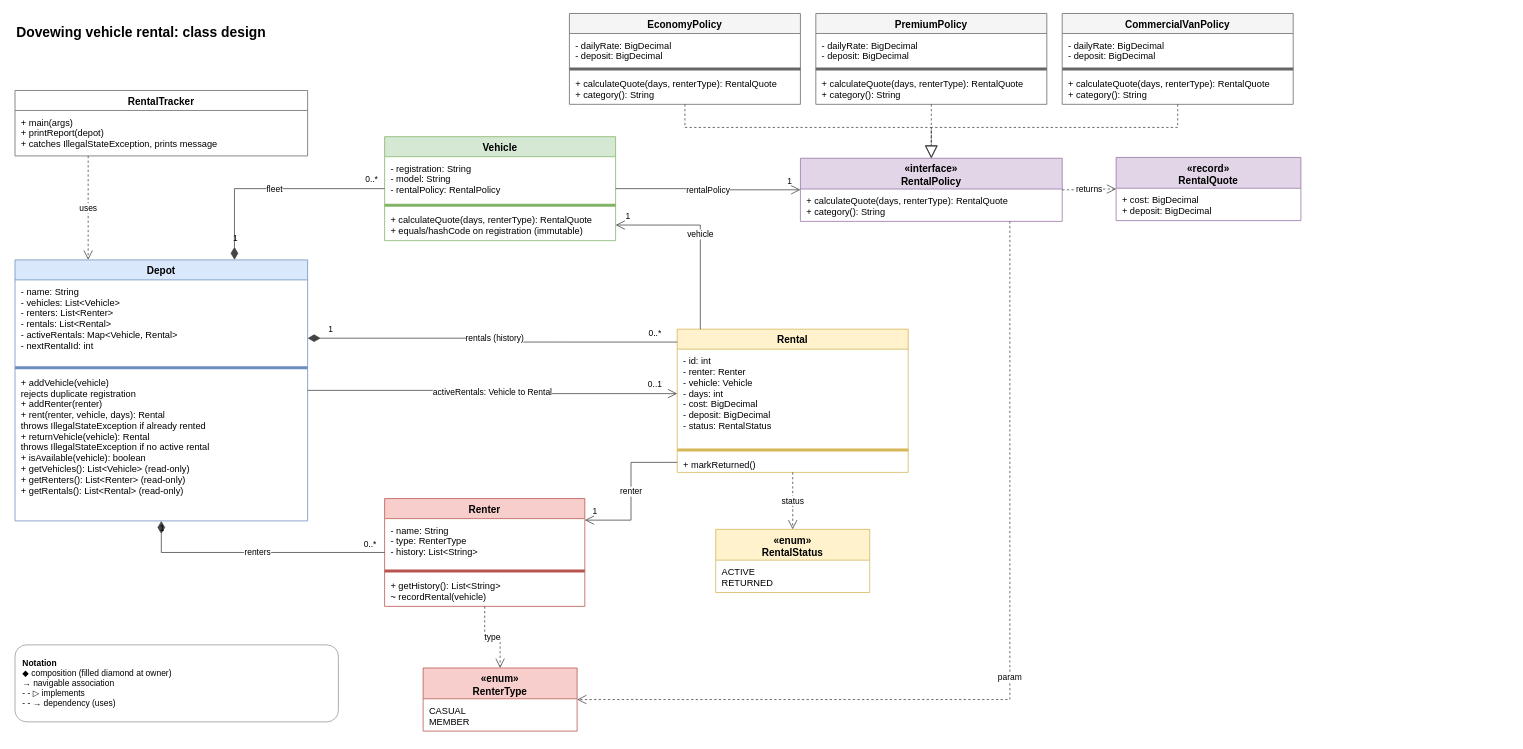
Above: dovewing-class-design.drawio in emmanuel-tormeti/java-basics-b-dovewing-car-rentals (draw.io), before the change. Source tidied: cells renumbered, new cells numbered last; positions are measured from the earlier drawing's top-left corner, leaving out a move shared by most shapes. Both pictures are drawn from the tidied source at 77%, with x=0, y=0 at pixel (15, 13).
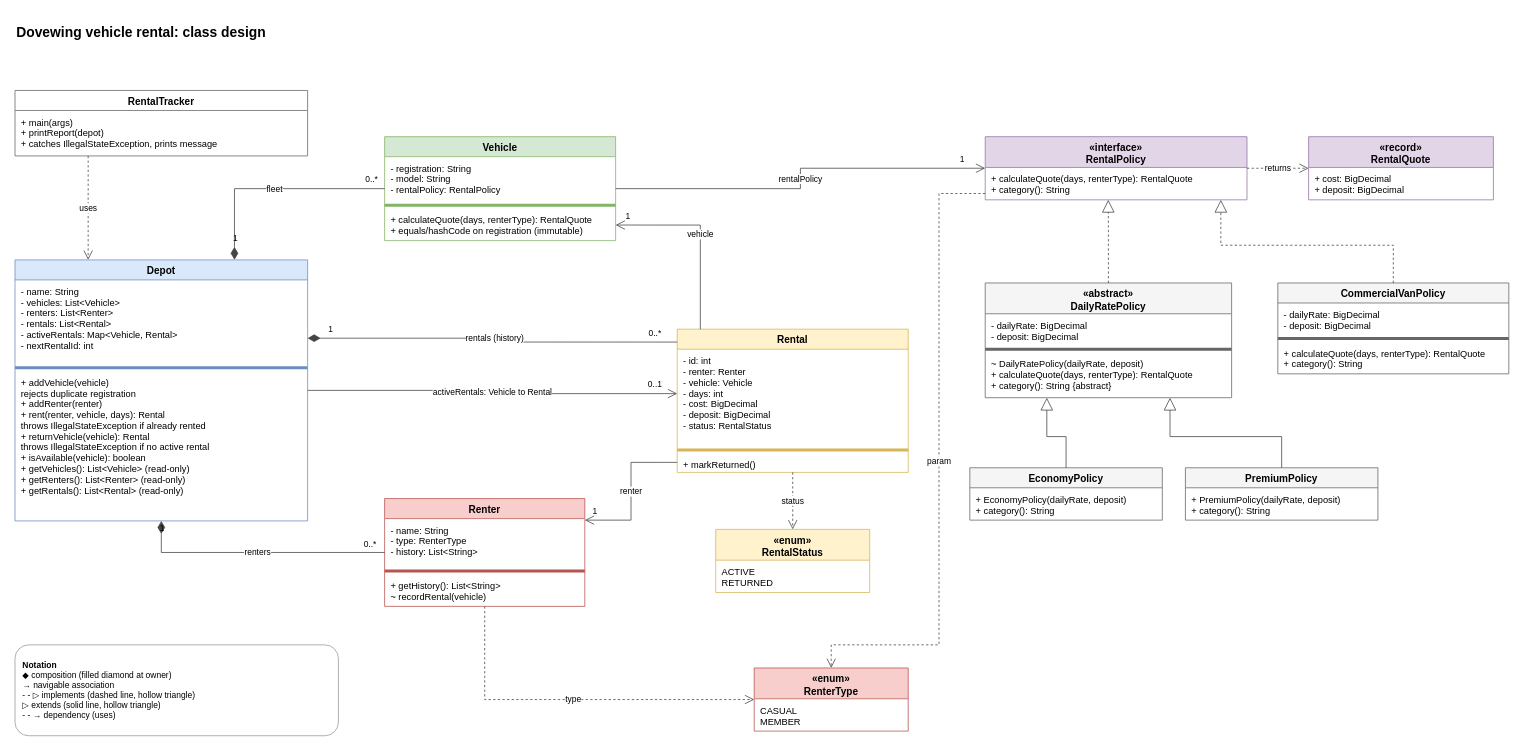
The same diagram, later.

Commit message (it also covers changes not shown here):
update diagram and diagnosis for shared DailyRatePolicy base

The change refers to these unchanged cells:
```xml
<mxCell id="14" value="Renter" style="swimlane;fontStyle=1;align=center;verticalAlign=top;horizontal=1;startSize=26;whiteSpace=wrap;html=1;fillColor=#f8cecc;strokeColor=#b85450;fontSize=13;swimlaneFillColor=#ffffff;" parent="1" vertex="1">
  <mxGeometry x="480" y="630" width="260" height="140" as="geometry" />
</mxCell>
```

Change to the diagram source:
```diff
@@
+    <mxCell id="40" value="Dovewing vehicle rental: class design" style="text;html=1;align=left;verticalAlign=middle;fontSize=18;fontStyle=1;" parent="1" vertex="1">
+      <mxGeometry y="10" width="480" height="30" as="geometry" />
+    </mxCell>
+    <mxCell id="38" value="RentalTracker" style="swimlane;fontStyle=1;align=center;verticalAlign=top;horizontal=1;startSize=26;whiteSpace=wrap;html=1;fillColor=#ffffff;strokeColor=#666666;fontSize=13;swimlaneFillColor=#ffffff;" parent="1" vertex="1">
+      <mxGeometry y="100" width="380" height="85" as="geometry" />
+    </mxCell>
+    <mxCell id="39" value="+ main(args)&#10;+ printReport(depot)&#10;+ catches IllegalStateException, prints message" style="text;strokeColor=none;fillColor=none;align=left;verticalAlign=top;spacingLeft=6;spacingRight=4;spacingTop=2;overflow=hidden;fontSize=12;" parent="38" vertex="1">
+      <mxGeometry y="26" width="380" height="59" as="geometry" />
+    </mxCell>
@@
+    <mxCell id="34" value="«enum»&lt;br&gt;RentalStatus" style="swimlane;fontStyle=1;align=center;verticalAlign=top;horizontal=1;startSize=40;whiteSpace=wrap;html=1;fillColor=#fff2cc;strokeColor=#d6b656;fontSize=13;swimlaneFillColor=#ffffff;" parent="1" vertex="1">
+      <mxGeometry x="910" y="670" width="200" height="82" as="geometry" />
+    </mxCell>
+    <mxCell id="35" value="ACTIVE&#10;RETURNED" style="text;strokeColor=none;fillColor=none;align=left;verticalAlign=top;spacingLeft=6;spacingRight=4;spacingTop=2;overflow=hidden;fontSize=12;" parent="34" vertex="1">
+      <mxGeometry y="40" width="200" height="42" as="geometry" />
+    </mxCell>
+    <mxCell id="36" value="«enum»&lt;br&gt;RenterType" style="swimlane;fontStyle=1;align=center;verticalAlign=top;horizontal=1;startSize=40;whiteSpace=wrap;html=1;fillColor=#f8cecc;strokeColor=#b85450;fontSize=13;swimlaneFillColor=#ffffff;" parent="1" vertex="1">
+      <mxGeometry x="960" y="850" width="200" height="82" as="geometry" />
+    </mxCell>
+    <mxCell id="37" value="CASUAL&#10;MEMBER" style="text;strokeColor=none;fillColor=none;align=left;verticalAlign=top;spacingLeft=6;spacingRight=4;spacingTop=2;overflow=hidden;fontSize=12;" parent="36" vertex="1">
+      <mxGeometry y="40" width="200" height="42" as="geometry" />
+    </mxCell>
     <mxCell id="18" value="«interface»&lt;br&gt;RentalPolicy" style="swimlane;fontStyle=1;align=center;verticalAlign=top;horizontal=1;startSize=40;whiteSpace=wrap;html=1;fillColor=#e1d5e7;strokeColor=#9673a6;fontSize=13;swimlaneFillColor=#ffffff;" parent="1" vertex="1">
-      <mxGeometry x="1020" y="188" width="340" height="82" as="geometry" />
+      <mxGeometry x="1260" y="160" width="340" height="82" as="geometry" />
     </mxCell>
@@
+    <mxCell id="32" value="«record»&lt;br&gt;RentalQuote" style="swimlane;fontStyle=1;align=center;verticalAlign=top;horizontal=1;startSize=40;whiteSpace=wrap;html=1;fillColor=#e1d5e7;strokeColor=#9673a6;fontSize=13;swimlaneFillColor=#ffffff;" parent="1" vertex="1">
+      <mxGeometry x="1680" y="160" width="240" height="82" as="geometry" />
+    </mxCell>
+    <mxCell id="33" value="+ cost: BigDecimal&#10;+ deposit: BigDecimal" style="text;strokeColor=none;fillColor=none;align=left;verticalAlign=top;spacingLeft=6;spacingRight=4;spacingTop=2;overflow=hidden;fontSize=12;" parent="32" vertex="1">
+      <mxGeometry y="40" width="240" height="42" as="geometry" />
+    </mxCell>
+    <mxCell id="67" value="«abstract»&lt;br&gt;DailyRatePolicy" style="swimlane;fontStyle=1;align=center;verticalAlign=top;horizontal=1;startSize=40;whiteSpace=wrap;html=1;fillColor=#f5f5f5;strokeColor=#666666;fontSize=13;swimlaneFillColor=#ffffff;" parent="1" vertex="1">
+      <mxGeometry x="1260" y="350" width="320" height="149" as="geometry" />
+    </mxCell>
+    <mxCell id="68" value="- dailyRate: BigDecimal&#10;- deposit: BigDecimal" style="text;strokeColor=none;fillColor=none;align=left;verticalAlign=top;spacingLeft=6;spacingRight=4;spacingTop=2;overflow=hidden;fontSize=12;" parent="67" vertex="1">
+      <mxGeometry y="40" width="320" height="42" as="geometry" />
+    </mxCell>
+    <mxCell id="69" style="line;strokeColor=inherit;fillColor=none;align=left;verticalAlign=middle;spacingTop=-1;spacingLeft=3;spacingRight=3;labelPosition=right;" parent="67" vertex="1">
+      <mxGeometry y="82" width="320" height="8" as="geometry" />
+    </mxCell>
+    <mxCell id="70" value="~ DailyRatePolicy(dailyRate, deposit)&#10;+ calculateQuote(days, renterType): RentalQuote&#10;+ category(): String  {abstract}" style="text;strokeColor=none;fillColor=none;align=left;verticalAlign=top;spacingLeft=6;spacingRight=4;spacingTop=2;overflow=hidden;fontSize=12;" parent="67" vertex="1">
+      <mxGeometry y="90" width="320" height="59" as="geometry" />
+    </mxCell>
     <mxCell id="20" value="EconomyPolicy" style="swimlane;fontStyle=1;align=center;verticalAlign=top;horizontal=1;startSize=26;whiteSpace=wrap;html=1;fillColor=#f5f5f5;strokeColor=#666666;fontSize=13;swimlaneFillColor=#ffffff;" parent="1" vertex="1">
-      <mxGeometry x="720" width="300" height="118" as="geometry" />
+      <mxGeometry x="1240" y="590" width="250" height="68" as="geometry" />
     </mxCell>
-    <mxCell id="21" value="- dailyRate: BigDecimal&#10;- deposit: BigDecimal" style="text;strokeColor=none;fillColor=none;align=left;verticalAlign=top;spacingLeft=6;spacingRight=4;spacingTop=2;overflow=hidden;fontSize=12;" parent="20" vertex="1">
-      <mxGeometry y="26" width="300" height="42" as="geometry" />
-    </mxCell>
-    <mxCell id="22" style="line;strokeColor=inherit;fillColor=none;align=left;verticalAlign=middle;spacingTop=-1;spacingLeft=3;spacingRight=3;labelPosition=right;" parent="20" vertex="1">
-      <mxGeometry y="68" width="300" height="8" as="geometry" />
-    </mxCell>
-    <mxCell id="23" value="+ calculateQuote(days, renterType): RentalQuote&#10;+ category(): String" style="text;strokeColor=none;fillColor=none;align=left;verticalAlign=top;spacingLeft=6;spacingRight=4;spacingTop=2;overflow=hidden;fontSize=12;" parent="20" vertex="1">
-      <mxGeometry y="76" width="300" height="42" as="geometry" />
+    <mxCell id="23" value="+ EconomyPolicy(dailyRate, deposit)&#10;+ category(): String" style="text;strokeColor=none;fillColor=none;align=left;verticalAlign=top;spacingLeft=6;spacingRight=4;spacingTop=2;overflow=hidden;fontSize=12;" parent="20" vertex="1">
+      <mxGeometry y="26" width="250" height="42" as="geometry" />
     </mxCell>
     <mxCell id="24" value="PremiumPolicy" style="swimlane;fontStyle=1;align=center;verticalAlign=top;horizontal=1;startSize=26;whiteSpace=wrap;html=1;fillColor=#f5f5f5;strokeColor=#666666;fontSize=13;swimlaneFillColor=#ffffff;" parent="1" vertex="1">
-      <mxGeometry x="1040" width="300" height="118" as="geometry" />
+      <mxGeometry x="1520" y="590" width="250" height="68" as="geometry" />
     </mxCell>
-    <mxCell id="25" value="- dailyRate: BigDecimal&#10;- deposit: BigDecimal" style="text;strokeColor=none;fillColor=none;align=left;verticalAlign=top;spacingLeft=6;spacingRight=4;spacingTop=2;overflow=hidden;fontSize=12;" parent="24" vertex="1">
-      <mxGeometry y="26" width="300" height="42" as="geometry" />
-    </mxCell>
-    <mxCell id="26" style="line;strokeColor=inherit;fillColor=none;align=left;verticalAlign=middle;spacingTop=-1;spacingLeft=3;spacingRight=3;labelPosition=right;" parent="24" vertex="1">
-      <mxGeometry y="68" width="300" height="8" as="geometry" />
-    </mxCell>
-    <mxCell id="27" value="+ calculateQuote(days, renterType): RentalQuote&#10;+ category(): String" style="text;strokeColor=none;fillColor=none;align=left;verticalAlign=top;spacingLeft=6;spacingRight=4;spacingTop=2;overflow=hidden;fontSize=12;" parent="24" vertex="1">
-      <mxGeometry y="76" width="300" height="42" as="geometry" />
+    <mxCell id="27" value="+ PremiumPolicy(dailyRate, deposit)&#10;+ category(): String" style="text;strokeColor=none;fillColor=none;align=left;verticalAlign=top;spacingLeft=6;spacingRight=4;spacingTop=2;overflow=hidden;fontSize=12;" parent="24" vertex="1">
+      <mxGeometry y="26" width="250" height="42" as="geometry" />
     </mxCell>
     <mxCell id="28" value="CommercialVanPolicy" style="swimlane;fontStyle=1;align=center;verticalAlign=top;horizontal=1;startSize=26;whiteSpace=wrap;html=1;fillColor=#f5f5f5;strokeColor=#666666;fontSize=13;swimlaneFillColor=#ffffff;" parent="1" vertex="1">
-      <mxGeometry x="1360" width="300" height="118" as="geometry" />
+      <mxGeometry x="1640" y="350" width="300" height="118" as="geometry" />
     </mxCell>
@@
-    <mxCell id="32" value="«record»&lt;br&gt;RentalQuote" style="swimlane;fontStyle=1;align=center;verticalAlign=top;horizontal=1;startSize=40;whiteSpace=wrap;html=1;fillColor=#e1d5e7;strokeColor=#9673a6;fontSize=13;swimlaneFillColor=#ffffff;" parent="1" vertex="1">
-      <mxGeometry x="1430" y="187" width="240" height="82" as="geometry" />
-    </mxCell>
-    <mxCell id="33" value="+ cost: BigDecimal&#10;+ deposit: BigDecimal" style="text;strokeColor=none;fillColor=none;align=left;verticalAlign=top;spacingLeft=6;spacingRight=4;spacingTop=2;overflow=hidden;fontSize=12;" parent="32" vertex="1">
-      <mxGeometry y="40" width="240" height="42" as="geometry" />
-    </mxCell>
-    <mxCell id="34" value="«enum»&lt;br&gt;RentalStatus" style="swimlane;fontStyle=1;align=center;verticalAlign=top;horizontal=1;startSize=40;whiteSpace=wrap;html=1;fillColor=#fff2cc;strokeColor=#d6b656;fontSize=13;swimlaneFillColor=#ffffff;" parent="1" vertex="1">
-      <mxGeometry x="910" y="670" width="200" height="82" as="geometry" />
-    </mxCell>
-    <mxCell id="35" value="ACTIVE&#10;RETURNED" style="text;strokeColor=none;fillColor=none;align=left;verticalAlign=top;spacingLeft=6;spacingRight=4;spacingTop=2;overflow=hidden;fontSize=12;" parent="34" vertex="1">
-      <mxGeometry y="40" width="200" height="42" as="geometry" />
-    </mxCell>
-    <mxCell id="36" value="«enum»&lt;br&gt;RenterType" style="swimlane;fontStyle=1;align=center;verticalAlign=top;horizontal=1;startSize=40;whiteSpace=wrap;html=1;fillColor=#f8cecc;strokeColor=#b85450;fontSize=13;swimlaneFillColor=#ffffff;" parent="1" vertex="1">
-      <mxGeometry x="530" y="850" width="200" height="82" as="geometry" />
-    </mxCell>
-    <mxCell id="37" value="CASUAL&#10;MEMBER" style="text;strokeColor=none;fillColor=none;align=left;verticalAlign=top;spacingLeft=6;spacingRight=4;spacingTop=2;overflow=hidden;fontSize=12;" parent="36" vertex="1">
-      <mxGeometry y="40" width="200" height="42" as="geometry" />
-    </mxCell>
-    <mxCell id="38" value="RentalTracker" style="swimlane;fontStyle=1;align=center;verticalAlign=top;horizontal=1;startSize=26;whiteSpace=wrap;html=1;fillColor=#ffffff;strokeColor=#666666;fontSize=13;swimlaneFillColor=#ffffff;" parent="1" vertex="1">
-      <mxGeometry y="100" width="380" height="85" as="geometry" />
-    </mxCell>
-    <mxCell id="39" value="+ main(args)&#10;+ printReport(depot)&#10;+ catches IllegalStateException, prints message" style="text;strokeColor=none;fillColor=none;align=left;verticalAlign=top;spacingLeft=6;spacingRight=4;spacingTop=2;overflow=hidden;fontSize=12;" parent="38" vertex="1">
-      <mxGeometry y="26" width="380" height="59" as="geometry" />
-    </mxCell>
-    <mxCell id="40" value="Dovewing vehicle rental: class design" style="text;html=1;align=left;verticalAlign=middle;fontSize=18;fontStyle=1;" parent="1" vertex="1">
-      <mxGeometry y="10" width="480" height="30" as="geometry" />
-    </mxCell>
-    <mxCell id="41" value="&lt;b&gt;Notation&lt;/b&gt;&lt;br&gt;◆ composition (filled diamond at owner)&lt;br&gt;→ navigable association&lt;br&gt;- - ▷ implements&lt;br&gt;- - → dependency (uses)" style="rounded=1;whiteSpace=wrap;html=1;align=left;verticalAlign=middle;spacing=10;fillColor=#ffffff;strokeColor=#999999;fontSize=11;" parent="1" vertex="1">
-      <mxGeometry y="820" width="420" height="100" as="geometry" />
+    <mxCell id="41" value="&lt;b&gt;Notation&lt;/b&gt;&lt;br&gt;◆ composition (filled diamond at owner)&lt;br&gt;→ navigable association&lt;br&gt;- - ▷ implements (dashed line, hollow triangle)&lt;br&gt;▷ extends (solid line, hollow triangle)&lt;br&gt;- - → dependency (uses)" style="rounded=1;whiteSpace=wrap;html=1;align=left;verticalAlign=middle;spacing=10;fillColor=#ffffff;strokeColor=#999999;fontSize=11;" parent="1" vertex="1">
+      <mxGeometry y="820" width="420" height="118" as="geometry" />
     </mxCell>
@@
-    <mxCell id="60" style="edgeStyle=orthogonalEdgeStyle;rounded=0;jettySize=auto;html=1;strokeColor=#444444;fontSize=11;labelBackgroundColor=#ffffff;dashed=1;startArrow=none;endArrow=block;endFill=0;endSize=14;exitX=0.5;exitY=1;exitDx=0;exitDy=0;entryX=0.5;entryY=0;entryDx=0;entryDy=0;" parent="1" edge="1" source="20" target="18">
-      <mxGeometry relative="1" as="geometry" />
-    </mxCell>
-    <mxCell id="61" style="edgeStyle=orthogonalEdgeStyle;rounded=0;jettySize=auto;html=1;strokeColor=#444444;fontSize=11;labelBackgroundColor=#ffffff;dashed=1;startArrow=none;endArrow=block;endFill=0;endSize=14;exitX=0.5;exitY=1;exitDx=0;exitDy=0;entryX=0.5;entryY=0;entryDx=0;entryDy=0;" parent="1" edge="1" source="24" target="18">
-      <mxGeometry relative="1" as="geometry" />
-    </mxCell>
+    <mxCell id="71" style="edgeStyle=orthogonalEdgeStyle;rounded=0;jettySize=auto;html=1;strokeColor=#444444;fontSize=11;labelBackgroundColor=#ffffff;startArrow=none;endArrow=block;endFill=0;endSize=14;exitX=0.5;exitY=0;exitDx=0;exitDy=0;entryX=0.25;entryY=1;entryDx=0;entryDy=0;" parent="1" edge="1" source="20" target="67">
+      <mxGeometry relative="1" as="geometry" />
+    </mxCell>
+    <mxCell id="72" style="edgeStyle=orthogonalEdgeStyle;rounded=0;jettySize=auto;html=1;strokeColor=#444444;fontSize=11;labelBackgroundColor=#ffffff;startArrow=none;endArrow=block;endFill=0;endSize=14;exitX=0.5;exitY=0;exitDx=0;exitDy=0;entryX=0.75;entryY=1;entryDx=0;entryDy=0;" parent="1" edge="1" source="24" target="67">
+      <mxGeometry relative="1" as="geometry" />
+    </mxCell>
+    <mxCell id="73" style="edgeStyle=orthogonalEdgeStyle;rounded=0;jettySize=auto;html=1;strokeColor=#444444;fontSize=11;labelBackgroundColor=#ffffff;dashed=1;startArrow=none;endArrow=block;endFill=0;endSize=14;exitX=0.5;exitY=0;exitDx=0;exitDy=0;entryX=0.47;entryY=1;entryDx=0;entryDy=0;" parent="1" edge="1" source="67" target="18">
+      <mxGeometry relative="1" as="geometry" />
+    </mxCell>
-    <mxCell id="62" style="edgeStyle=orthogonalEdgeStyle;rounded=0;jettySize=auto;html=1;strokeColor=#444444;fontSize=11;labelBackgroundColor=#ffffff;dashed=1;startArrow=none;endArrow=block;endFill=0;endSize=14;exitX=0.5;exitY=1;exitDx=0;exitDy=0;entryX=0.5;entryY=0;entryDx=0;entryDy=0;" parent="1" edge="1" source="28" target="18">
+    <mxCell id="62" style="edgeStyle=orthogonalEdgeStyle;rounded=0;jettySize=auto;html=1;strokeColor=#444444;fontSize=11;labelBackgroundColor=#ffffff;dashed=1;startArrow=none;endArrow=block;endFill=0;endSize=14;exitX=0.5;exitY=0;exitDx=0;exitDy=0;entryX=0.9;entryY=1;entryDx=0;entryDy=0;" parent="1" edge="1" source="28" target="18">
       <mxGeometry relative="1" as="geometry" />
     </mxCell>
@@
-    <mxCell id="64" value="param" style="edgeStyle=orthogonalEdgeStyle;rounded=0;jettySize=auto;html=1;strokeColor=#444444;fontSize=11;labelBackgroundColor=#ffffff;dashed=1;startArrow=none;endArrow=open;endFill=0;endSize=10;exitX=0.8;exitY=1;exitDx=0;exitDy=0;entryX=1;entryY=0.5;entryDx=0;entryDy=0;" parent="1" edge="1" source="18" target="36">
-      <mxGeometry relative="1" as="geometry" />
+    <mxCell id="64" value="param" style="edgeStyle=orthogonalEdgeStyle;rounded=0;jettySize=auto;html=1;strokeColor=#444444;fontSize=11;labelBackgroundColor=#ffffff;dashed=1;startArrow=none;endArrow=open;endFill=0;endSize=10;exitX=0;exitY=0.9;exitDx=0;exitDy=0;entryX=0.5;entryY=0;entryDx=0;entryDy=0;" parent="1" edge="1" source="18" target="36">
+      <mxGeometry relative="1" as="geometry">
+        <Array as="points">
+          <mxPoint x="1200" y="234" />
+          <mxPoint x="1200" y="820" />
+          <mxPoint x="1060" y="820" />
+        </Array>
+      </mxGeometry>
     </mxCell>
@@
-    <mxCell id="66" value="type" style="edgeStyle=orthogonalEdgeStyle;rounded=0;jettySize=auto;html=1;strokeColor=#444444;fontSize=11;labelBackgroundColor=#ffffff;dashed=1;startArrow=none;endArrow=open;endFill=0;endSize=10;exitX=0.5;exitY=1;exitDx=0;exitDy=0;entryX=0.5;entryY=0;entryDx=0;entryDy=0;" parent="1" edge="1" source="14" target="36">
+    <mxCell id="66" value="type" style="edgeStyle=orthogonalEdgeStyle;rounded=0;jettySize=auto;html=1;strokeColor=#444444;fontSize=11;labelBackgroundColor=#ffffff;dashed=1;startArrow=none;endArrow=open;endFill=0;endSize=10;exitX=0.5;exitY=1;exitDx=0;exitDy=0;entryX=0;entryY=0.5;entryDx=0;entryDy=0;" parent="1" edge="1" source="14" target="36">
       <mxGeometry relative="1" as="geometry" />
     </mxCell>
```
